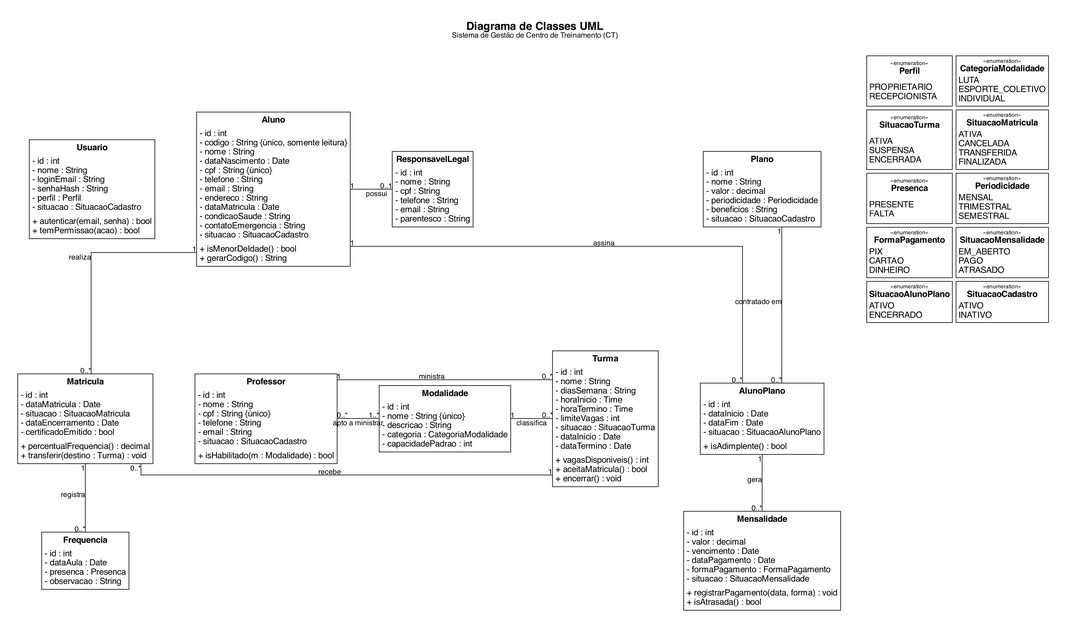
This is docs/analise/diagramas/classes.png from arthurvtl/centro-treinamento-devweb, a Graphviz export, as it was before one commit. Its source is kept beside it as docs/analise/diagramas/classes.dot.
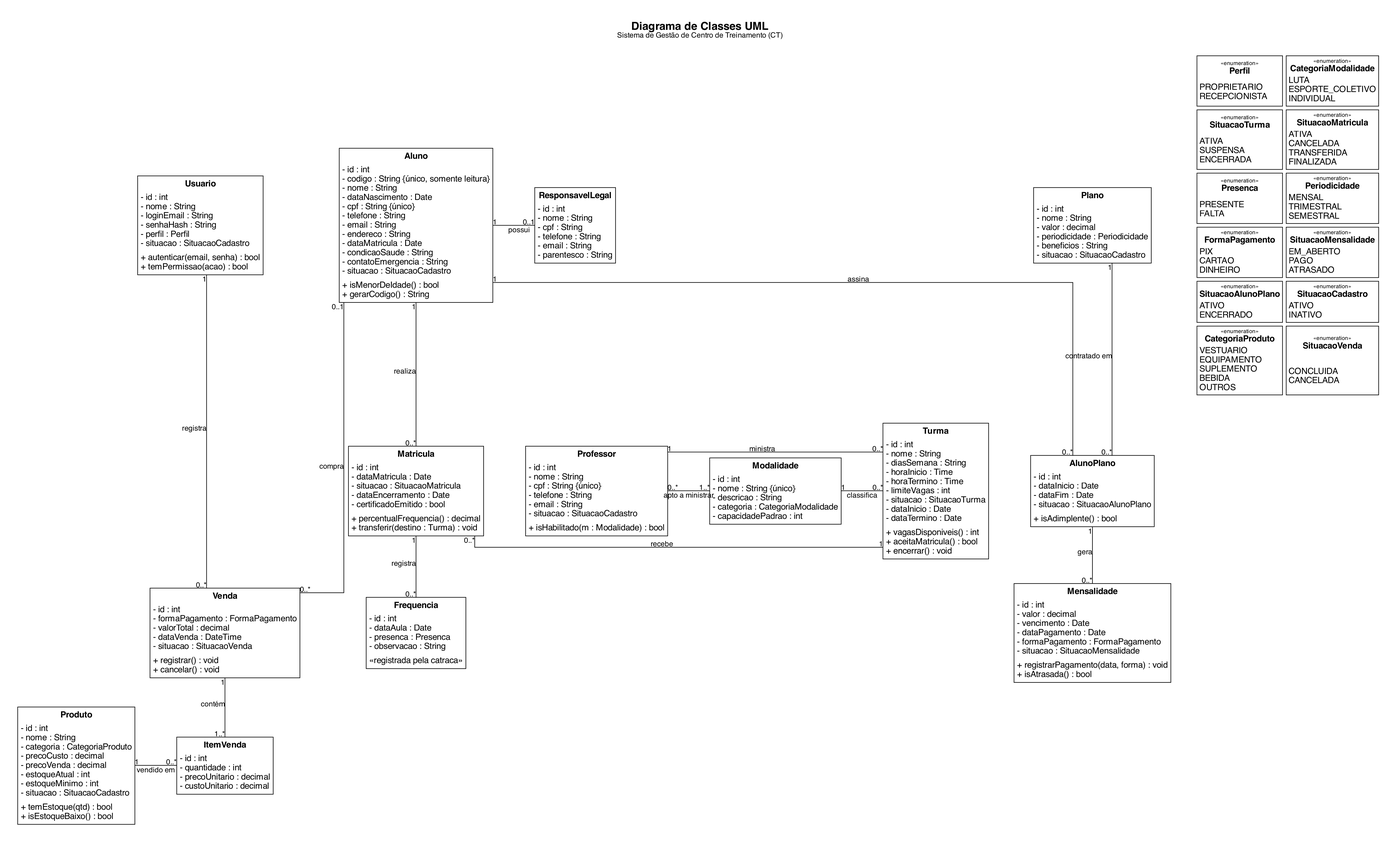
After the change.

What changed in the source:
```diff
@@ -58,6 +58,7 @@
     <table border="1" cellborder="0" cellspacing="0" cellpadding="4" color="#000000">
       <tr><td><b>Frequencia</b></td></tr>
       <tr><td align="left" balign="left">- id : int<br/>- dataAula : Date<br/>- presenca : Presenca<br/>- observacao : String</td></tr>
+      <tr><td align="left" balign="left">«registrada pela catraca»</td></tr>
     </table>>];
 
   Plano [label=<
@@ -80,6 +81,26 @@
       <tr><td align="left" balign="left">+ registrarPagamento(data, forma) : void<br/>+ isAtrasada() : bool</td></tr>
     </table>>];
 
+  Produto [label=<
+    <table border="1" cellborder="0" cellspacing="0" cellpadding="4" color="#000000">
+      <tr><td><b>Produto</b></td></tr>
+      <tr><td align="left" balign="left">- id : int<br/>- nome : String<br/>- categoria : CategoriaProduto<br/>- precoCusto : decimal<br/>- precoVenda : decimal<br/>- estoqueAtual : int<br/>- estoqueMinimo : int<br/>- situacao : SituacaoCadastro</td></tr>
+      <tr><td align="left" balign="left">+ temEstoque(qtd) : bool<br/>+ isEstoqueBaixo() : bool</td></tr>
+    </table>>];
+
+  Venda [label=<
+    <table border="1" cellborder="0" cellspacing="0" cellpadding="4" color="#000000">
+      <tr><td><b>Venda</b></td></tr>
+      <tr><td align="left" balign="left">- id : int<br/>- formaPagamento : FormaPagamento<br/>- valorTotal : decimal<br/>- dataVenda : DateTime<br/>- situacao : SituacaoVenda</td></tr>
+      <tr><td align="left" balign="left">+ registrar() : void<br/>+ cancelar() : void</td></tr>
+    </table>>];
+
+  ItemVenda [label=<
+    <table border="1" cellborder="0" cellspacing="0" cellpadding="4" color="#000000">
+      <tr><td><b>ItemVenda</b></td></tr>
+      <tr><td align="left" balign="left">- id : int<br/>- quantidade : int<br/>- precoUnitario : decimal<br/>- custoUnitario : decimal</td></tr>
+    </table>>];
+
   Enums [label=<
     <table border="0" cellborder="0" cellspacing="6" cellpadding="0">
       <tr><td><table border="1" cellborder="0" cellspacing="0" cellpadding="3" color="#000000"><tr><td><font point-size="9">«enumeration»</font><br/><b>Perfil</b></td></tr><tr><td align="left" balign="left">PROPRIETARIO<br/>RECEPCIONISTA</td></tr></table></td><td><table border="1" cellborder="0" cellspacing="0" cellpadding="3" color="#000000"><tr><td><font point-size="9">«enumeration»</font><br/><b>CategoriaModalidade</b></td></tr><tr><td align="left" balign="left">LUTA<br/>ESPORTE_COLETIVO<br/>INDIVIDUAL</td></tr></table></td></tr>
@@ -87,11 +108,13 @@
       <tr><td><table border="1" cellborder="0" cellspacing="0" cellpadding="3" color="#000000"><tr><td><font point-size="9">«enumeration»</font><br/><b>Presenca</b></td></tr><tr><td align="left" balign="left">PRESENTE<br/>FALTA</td></tr></table></td><td><table border="1" cellborder="0" cellspacing="0" cellpadding="3" color="#000000"><tr><td><font point-size="9">«enumeration»</font><br/><b>Periodicidade</b></td></tr><tr><td align="left" balign="left">MENSAL<br/>TRIMESTRAL<br/>SEMESTRAL</td></tr></table></td></tr>
       <tr><td><table border="1" cellborder="0" cellspacing="0" cellpadding="3" color="#000000"><tr><td><font point-size="9">«enumeration»</font><br/><b>FormaPagamento</b></td></tr><tr><td align="left" balign="left">PIX<br/>CARTAO<br/>DINHEIRO</td></tr></table></td><td><table border="1" cellborder="0" cellspacing="0" cellpadding="3" color="#000000"><tr><td><font point-size="9">«enumeration»</font><br/><b>SituacaoMensalidade</b></td></tr><tr><td align="left" balign="left">EM_ABERTO<br/>PAGO<br/>ATRASADO</td></tr></table></td></tr>
       <tr><td><table border="1" cellborder="0" cellspacing="0" cellpadding="3" color="#000000"><tr><td><font point-size="9">«enumeration»</font><br/><b>SituacaoAlunoPlano</b></td></tr><tr><td align="left" balign="left">ATIVO<br/>ENCERRADO</td></tr></table></td><td><table border="1" cellborder="0" cellspacing="0" cellpadding="3" color="#000000"><tr><td><font point-size="9">«enumeration»</font><br/><b>SituacaoCadastro</b></td></tr><tr><td align="left" balign="left">ATIVO<br/>INATIVO</td></tr></table></td></tr>
+      <tr><td><table border="1" cellborder="0" cellspacing="0" cellpadding="3" color="#000000"><tr><td><font point-size="9">«enumeration»</font><br/><b>CategoriaProduto</b></td></tr><tr><td align="left" balign="left">VESTUARIO<br/>EQUIPAMENTO<br/>SUPLEMENTO<br/>BEBIDA<br/>OUTROS</td></tr></table></td><td><table border="1" cellborder="0" cellspacing="0" cellpadding="3" color="#000000"><tr><td><font point-size="9">«enumeration»</font><br/><b>SituacaoVenda</b></td></tr><tr><td align="left" balign="left">CONCLUIDA<br/>CANCELADA</td></tr></table></td></tr>
     </table>>];
 
   { rank=same; Usuario; ResponsavelLegal; Aluno; Plano; Enums; }
   { rank=same; Professor; Modalidade; Turma; Matricula; AlunoPlano; }
-  { rank=same; Frequencia; Mensalidade; }
+  { rank=same; Frequencia; Mensalidade; Venda; }
+  { rank=same; Produto; ItemVenda; }
 
   Aluno -> ResponsavelLegal [xlabel="possui", headlabel="0..1", taillabel="1"];
   Aluno -> Matricula        [xlabel="realiza", headlabel="0..*", taillabel="1"];
@@ -103,5 +126,9 @@
   Aluno -> AlunoPlano       [xlabel="assina", headlabel="0..*", taillabel="1"];
   Plano -> AlunoPlano       [xlabel="contratado em", headlabel="0..*", taillabel="1"];
   AlunoPlano -> Mensalidade [xlabel="gera", headlabel="0..*", taillabel="1"];
+  Aluno -> Venda            [xlabel="compra", headlabel="0..*", taillabel="0..1"];
+  Usuario -> Venda          [xlabel="registra", headlabel="0..*", taillabel="1"];
+  Venda -> ItemVenda        [xlabel="contém", headlabel="1..*", taillabel="1"];
+  Produto -> ItemVenda      [xlabel="vendido em", headlabel="0..*", taillabel="1"];
 
 }
```
